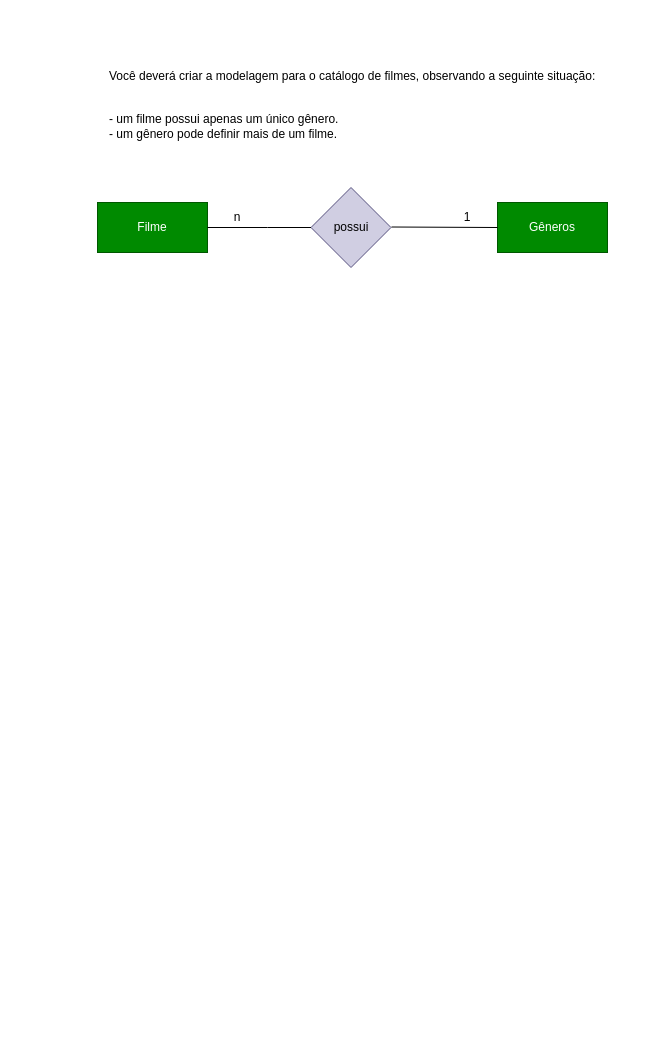
Above: page "Página-1" (1 of 2) of sprint1-bd/exercicios/1.0-exercicio-filmes/1.0-exercicio-filmes..drawio.xml in AlbatrozPyt/2S-SENAI-dv (draw.io), before the change. Source tidied: cells renumbered, new cells numbered last; positions are measured from the earlier drawing's top-left corner, leaving out a move shared by most shapes. Both pictures are drawn from the tidied source at 100%, with x=0, y=0 at pixel (97, 62).
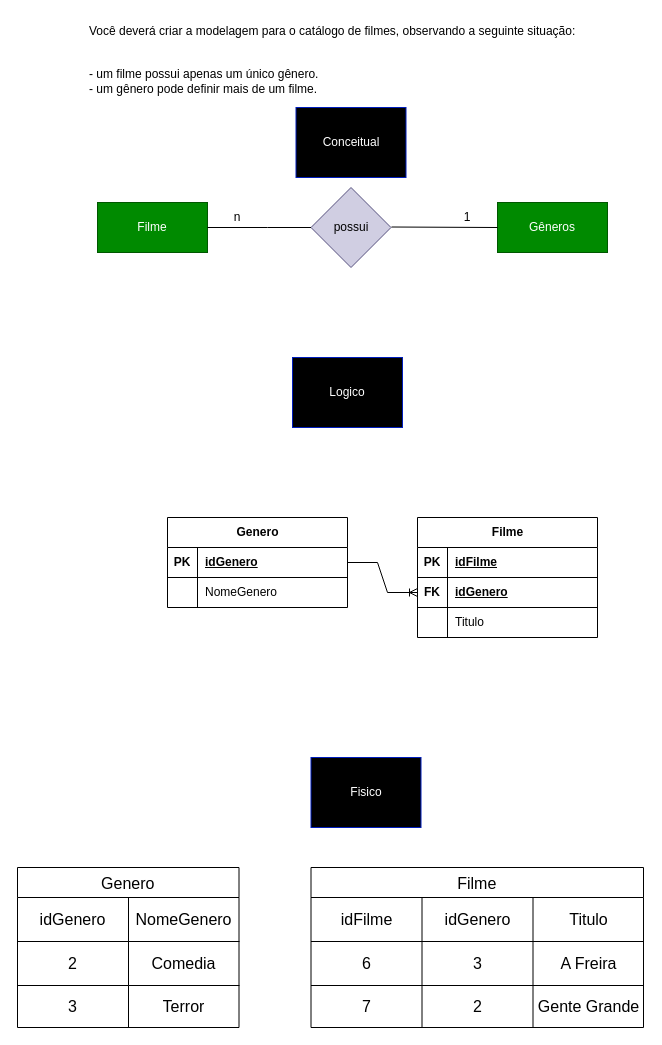
Above is the later version.

Change to the diagram source:
```diff
@@
     <mxCell id="2" value="Você deverá criar a modelagem para o catálogo de filmes, observando a seguinte situação:&#10;&#10;&#10;- um filme possui apenas um único gênero.&#10;- um gênero pode definir mais de um filme." style="text;whiteSpace=wrap;" parent="1" vertex="1">
-      <mxGeometry x="10" width="520" height="80" as="geometry" />
+      <mxGeometry x="-10" y="-45" width="520" height="80" as="geometry" />
     </mxCell>
@@
+    <mxCell id="11" value="Conceitual" style="html=1;whiteSpace=wrap;fillColor=#000000;strokeColor=#001DBC;fontColor=#ffffff;" parent="1" vertex="1">
+      <mxGeometry x="198.5" y="45" width="110" height="70" as="geometry" />
+    </mxCell>
+    <mxCell id="12" value="Logico" style="html=1;whiteSpace=wrap;fillColor=#000000;strokeColor=#001DBC;fontColor=#ffffff;" parent="1" vertex="1">
+      <mxGeometry x="195" y="295" width="110" height="70" as="geometry" />
+    </mxCell>
+    <mxCell id="13" value="Genero" style="shape=table;startSize=30;childLayout=tableLayout;rowLines=0;fontStyle=1;align=center;html=1;" parent="1" vertex="1">
+      <mxGeometry x="70" y="455" width="180" height="90" as="geometry" />
+    </mxCell>
+    <mxCell id="14" style="shape=tableRow;horizontal=0;startSize=0;swimlaneHead=0;swimlaneBody=0;fillColor=none;points=[[0,0.5],[1,0.5]];portConstraint=eastwest;top=0;left=0;right=0;bottom=1;" parent="13" vertex="1">
+      <mxGeometry y="30" width="180" height="30" as="geometry" />
+    </mxCell>
+    <mxCell id="15" value="PK" style="shape=partialRectangle;fillColor=none;top=0;left=0;bottom=0;right=0;fontStyle=1;overflow=hidden;whiteSpace=wrap;html=1;" parent="14" vertex="1">
+      <mxGeometry width="30" height="30" as="geometry" />
+    </mxCell>
+    <mxCell id="16" value="idGenero" style="shape=partialRectangle;fillColor=none;top=0;left=0;bottom=0;right=0;align=left;spacingLeft=6;fontStyle=5;overflow=hidden;whiteSpace=wrap;html=1;" parent="14" vertex="1">
+      <mxGeometry x="30" width="150" height="30" as="geometry" />
+    </mxCell>
+    <mxCell id="17" style="shape=tableRow;horizontal=0;startSize=0;swimlaneHead=0;swimlaneBody=0;fillColor=none;top=0;left=0;right=0;bottom=0;" parent="13" vertex="1">
+      <mxGeometry y="60" width="180" height="30" as="geometry" />
+    </mxCell>
+    <mxCell id="18" style="shape=partialRectangle;fillColor=none;top=0;left=0;bottom=0;right=0;overflow=hidden;whiteSpace=wrap;html=1;" parent="17" vertex="1">
+      <mxGeometry width="30" height="30" as="geometry" />
+    </mxCell>
+    <mxCell id="19" value="NomeGenero" style="shape=partialRectangle;fillColor=none;top=0;left=0;bottom=0;right=0;align=left;spacingLeft=6;overflow=hidden;whiteSpace=wrap;html=1;" parent="17" vertex="1">
+      <mxGeometry x="30" width="150" height="30" as="geometry" />
+    </mxCell>
+    <mxCell id="20" value="Filme" style="shape=table;startSize=30;childLayout=tableLayout;rowLines=0;fontStyle=1;align=center;html=1;" parent="1" vertex="1">
+      <mxGeometry x="320" y="455" width="180" height="120" as="geometry" />
+    </mxCell>
+    <mxCell id="21" style="shape=tableRow;horizontal=0;startSize=0;swimlaneHead=0;swimlaneBody=0;fillColor=none;top=0;left=0;right=0;bottom=1;" parent="20" vertex="1">
+      <mxGeometry y="30" width="180" height="30" as="geometry" />
+    </mxCell>
+    <mxCell id="22" value="PK" style="shape=partialRectangle;fillColor=none;top=0;left=0;bottom=0;right=0;fontStyle=1;overflow=hidden;whiteSpace=wrap;html=1;" parent="21" vertex="1">
+      <mxGeometry width="30" height="30" as="geometry" />
+    </mxCell>
+    <mxCell id="23" value="idFilme" style="shape=partialRectangle;fillColor=none;top=0;left=0;bottom=0;right=0;align=left;spacingLeft=6;fontStyle=5;overflow=hidden;whiteSpace=wrap;html=1;" parent="21" vertex="1">
+      <mxGeometry x="30" width="150" height="30" as="geometry" />
+    </mxCell>
+    <mxCell id="24" style="shape=tableRow;horizontal=0;startSize=0;swimlaneHead=0;swimlaneBody=0;fillColor=none;points=[[0,0.5],[1,0.5]];portConstraint=eastwest;top=0;left=0;right=0;bottom=1;" parent="20" vertex="1">
+      <mxGeometry y="60" width="180" height="30" as="geometry" />
+    </mxCell>
+    <mxCell id="25" value="FK" style="shape=partialRectangle;fillColor=none;top=0;left=0;bottom=0;right=0;fontStyle=1;overflow=hidden;whiteSpace=wrap;html=1;" parent="24" vertex="1">
+      <mxGeometry width="30" height="30" as="geometry" />
+    </mxCell>
+    <mxCell id="26" value="idGenero" style="shape=partialRectangle;fillColor=none;top=0;left=0;bottom=0;right=0;align=left;spacingLeft=6;fontStyle=5;overflow=hidden;whiteSpace=wrap;html=1;" parent="24" vertex="1">
+      <mxGeometry x="30" width="150" height="30" as="geometry" />
+    </mxCell>
+    <mxCell id="27" style="shape=tableRow;horizontal=0;startSize=0;swimlaneHead=0;swimlaneBody=0;fillColor=none;top=0;left=0;right=0;bottom=0;" parent="20" vertex="1">
+      <mxGeometry y="90" width="180" height="30" as="geometry" />
+    </mxCell>
+    <mxCell id="28" style="shape=partialRectangle;fillColor=none;top=0;left=0;bottom=0;right=0;overflow=hidden;whiteSpace=wrap;html=1;" parent="27" vertex="1">
+      <mxGeometry width="30" height="30" as="geometry" />
+    </mxCell>
+    <mxCell id="29" value="Titulo" style="shape=partialRectangle;fillColor=none;top=0;left=0;bottom=0;right=0;align=left;spacingLeft=6;overflow=hidden;whiteSpace=wrap;html=1;" parent="27" vertex="1">
+      <mxGeometry x="30" width="150" height="30" as="geometry" />
+    </mxCell>
+    <mxCell id="30" style="edgeStyle=entityRelationEdgeStyle;fontSize=12;html=1;endArrow=ERoneToMany;rounded=0;entryX=0;entryY=0.5;entryDx=0;entryDy=0;exitX=1;exitY=0.5;exitDx=0;exitDy=0;" parent="1" edge="1" source="14" target="24">
+      <mxGeometry relative="1" as="geometry" />
+    </mxCell>
+    <mxCell id="31" value="Fisico" style="html=1;whiteSpace=wrap;fillColor=#000000;strokeColor=#001DBC;fontColor=#ffffff;" parent="1" vertex="1">
+      <mxGeometry x="213.5" y="695" width="110" height="70" as="geometry" />
+    </mxCell>
+    <mxCell id="32" value="Genero" style="shape=table;startSize=30;childLayout=tableLayout;strokeColor=default;fontSize=16;" parent="1" vertex="1">
+      <mxGeometry x="-80" y="805" width="221.5" height="160" as="geometry" />
+    </mxCell>
+    <mxCell id="33" style="shape=tableRow;horizontal=0;startSize=0;swimlaneHead=0;swimlaneBody=0;strokeColor=inherit;top=0;left=0;bottom=0;right=0;fillColor=none;fontSize=16;" parent="32" vertex="1">
+      <mxGeometry y="30" width="221.5" height="44" as="geometry" />
+    </mxCell>
+    <mxCell id="34" value="idGenero" style="shape=partialRectangle;html=1;whiteSpace=wrap;strokeColor=inherit;overflow=hidden;fillColor=none;top=0;left=0;bottom=0;right=0;fontSize=16;" parent="33" vertex="1">
+      <mxGeometry width="111" height="44" as="geometry" />
+    </mxCell>
+    <mxCell id="35" value="NomeGenero" style="shape=partialRectangle;html=1;whiteSpace=wrap;strokeColor=inherit;overflow=hidden;fillColor=none;top=0;left=0;bottom=0;right=0;fontSize=16;" parent="33" vertex="1">
+      <mxGeometry x="111" width="111" height="44" as="geometry" />
+    </mxCell>
+    <mxCell id="36" style="shape=tableRow;horizontal=0;startSize=0;swimlaneHead=0;swimlaneBody=0;strokeColor=inherit;top=0;left=0;bottom=0;right=0;fillColor=none;fontSize=16;" parent="32" vertex="1">
+      <mxGeometry y="74" width="221.5" height="44" as="geometry" />
+    </mxCell>
+    <mxCell id="37" value="2" style="shape=partialRectangle;html=1;whiteSpace=wrap;strokeColor=inherit;overflow=hidden;fillColor=none;top=0;left=0;bottom=0;right=0;fontSize=16;" parent="36" vertex="1">
+      <mxGeometry width="111" height="44" as="geometry" />
+    </mxCell>
+    <mxCell id="38" value="Comedia" style="shape=partialRectangle;html=1;whiteSpace=wrap;strokeColor=inherit;overflow=hidden;fillColor=none;top=0;left=0;bottom=0;right=0;fontSize=16;" parent="36" vertex="1">
+      <mxGeometry x="111" width="111" height="44" as="geometry" />
+    </mxCell>
+    <mxCell id="39" style="shape=tableRow;horizontal=0;startSize=0;swimlaneHead=0;swimlaneBody=0;strokeColor=inherit;top=0;left=0;bottom=0;right=0;fillColor=none;fontSize=16;" parent="32" vertex="1">
+      <mxGeometry y="118" width="221.5" height="42" as="geometry" />
+    </mxCell>
+    <mxCell id="40" value="3" style="shape=partialRectangle;html=1;whiteSpace=wrap;strokeColor=inherit;overflow=hidden;fillColor=none;top=0;left=0;bottom=0;right=0;fontSize=16;" parent="39" vertex="1">
+      <mxGeometry width="111" height="42" as="geometry" />
+    </mxCell>
+    <mxCell id="41" value="Terror" style="shape=partialRectangle;html=1;whiteSpace=wrap;strokeColor=inherit;overflow=hidden;fillColor=none;top=0;left=0;bottom=0;right=0;fontSize=16;" parent="39" vertex="1">
+      <mxGeometry x="111" width="111" height="42" as="geometry" />
+    </mxCell>
+    <mxCell id="42" value="Filme" style="shape=table;startSize=30;childLayout=tableLayout;strokeColor=default;fontSize=16;" parent="1" vertex="1">
+      <mxGeometry x="213.5" y="805" width="332.5" height="160" as="geometry" />
+    </mxCell>
+    <mxCell id="43" style="shape=tableRow;horizontal=0;startSize=0;swimlaneHead=0;swimlaneBody=0;strokeColor=inherit;top=0;left=0;bottom=0;right=0;fillColor=none;fontSize=16;" parent="42" vertex="1">
+      <mxGeometry y="30" width="332.5" height="44" as="geometry" />
+    </mxCell>
+    <mxCell id="44" value="idFilme" style="shape=partialRectangle;html=1;whiteSpace=wrap;strokeColor=inherit;overflow=hidden;fillColor=none;top=0;left=0;bottom=0;right=0;fontSize=16;" parent="43" vertex="1">
+      <mxGeometry width="111" height="44" as="geometry" />
+    </mxCell>
+    <mxCell id="45" value="idGenero" style="shape=partialRectangle;html=1;whiteSpace=wrap;strokeColor=inherit;overflow=hidden;fillColor=none;top=0;left=0;bottom=0;right=0;fontSize=16;" parent="43" vertex="1">
+      <mxGeometry x="111" width="111" height="44" as="geometry" />
+    </mxCell>
+    <mxCell id="46" value="Titulo" style="shape=partialRectangle;html=1;whiteSpace=wrap;strokeColor=inherit;overflow=hidden;fillColor=none;top=0;left=0;bottom=0;right=0;fontSize=16;" parent="43" vertex="1">
+      <mxGeometry x="222" width="111" height="44" as="geometry" />
+    </mxCell>
+    <mxCell id="47" style="shape=tableRow;horizontal=0;startSize=0;swimlaneHead=0;swimlaneBody=0;strokeColor=inherit;top=0;left=0;bottom=0;right=0;fillColor=none;fontSize=16;" parent="42" vertex="1">
+      <mxGeometry y="74" width="332.5" height="44" as="geometry" />
+    </mxCell>
+    <mxCell id="48" value="6" style="shape=partialRectangle;html=1;whiteSpace=wrap;strokeColor=inherit;overflow=hidden;fillColor=none;top=0;left=0;bottom=0;right=0;fontSize=16;" parent="47" vertex="1">
+      <mxGeometry width="111" height="44" as="geometry" />
+    </mxCell>
+    <mxCell id="49" value="3" style="shape=partialRectangle;html=1;whiteSpace=wrap;strokeColor=inherit;overflow=hidden;fillColor=none;top=0;left=0;bottom=0;right=0;fontSize=16;" parent="47" vertex="1">
+      <mxGeometry x="111" width="111" height="44" as="geometry" />
+    </mxCell>
+    <mxCell id="50" value="A Freira" style="shape=partialRectangle;html=1;whiteSpace=wrap;strokeColor=inherit;overflow=hidden;fillColor=none;top=0;left=0;bottom=0;right=0;fontSize=16;" parent="47" vertex="1">
+      <mxGeometry x="222" width="111" height="44" as="geometry" />
+    </mxCell>
+    <mxCell id="51" style="shape=tableRow;horizontal=0;startSize=0;swimlaneHead=0;swimlaneBody=0;strokeColor=inherit;top=0;left=0;bottom=0;right=0;fillColor=none;fontSize=16;" parent="42" vertex="1">
+      <mxGeometry y="118" width="332.5" height="42" as="geometry" />
+    </mxCell>
+    <mxCell id="52" value="7" style="shape=partialRectangle;html=1;whiteSpace=wrap;strokeColor=inherit;overflow=hidden;fillColor=none;top=0;left=0;bottom=0;right=0;fontSize=16;" parent="51" vertex="1">
+      <mxGeometry width="111" height="42" as="geometry" />
+    </mxCell>
+    <mxCell id="53" value="2" style="shape=partialRectangle;html=1;whiteSpace=wrap;strokeColor=inherit;overflow=hidden;fillColor=none;top=0;left=0;bottom=0;right=0;fontSize=16;" parent="51" vertex="1">
+      <mxGeometry x="111" width="111" height="42" as="geometry" />
+    </mxCell>
+    <mxCell id="54" value="Gente Grande" style="shape=partialRectangle;html=1;whiteSpace=wrap;strokeColor=inherit;overflow=hidden;fillColor=none;top=0;left=0;bottom=0;right=0;fontSize=16;" parent="51" vertex="1">
+      <mxGeometry x="222" width="111" height="42" as="geometry" />
+    </mxCell>
```
